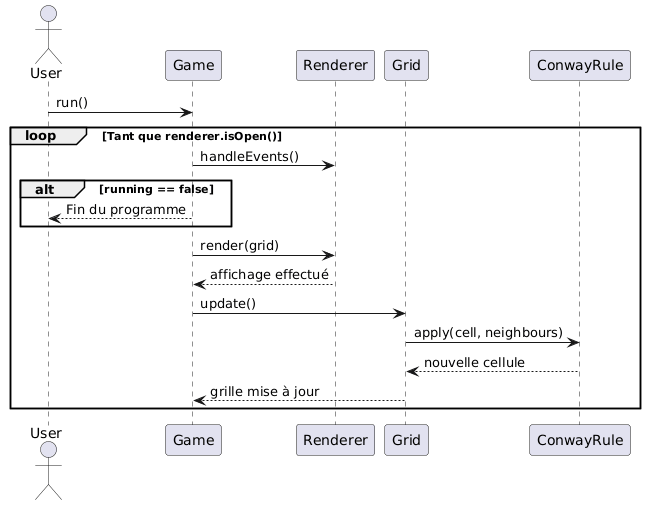
This is diagrams/dg séquence.png from swezixou/Jeux-de-la-vie-POO, a PlantUML export, as it was before one commit.
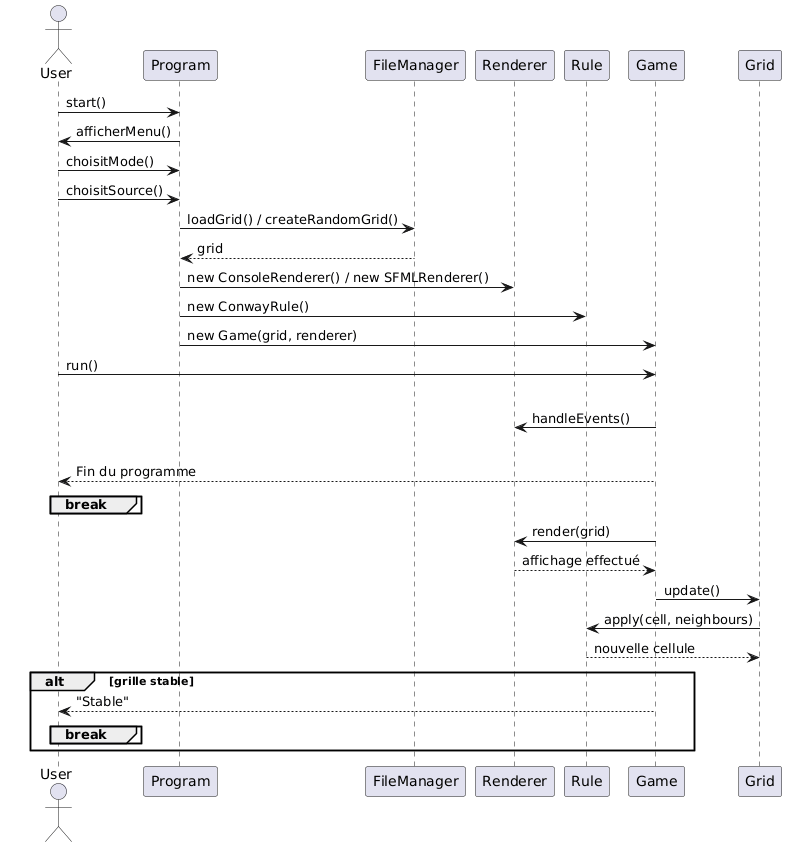
Above is the later version.

Diff of the diagram source:
```diff
@@ -1,19 +1,41 @@
 @startuml
 actor User
 
+User -> Program : start()
+Program -> User : afficherMenu()
+
+User -> Program : choisitMode()
+User -> Program : choisitSource()
+
+Program -> FileManager : loadGrid() / createRandomGrid()
+FileManager --> Program : grid
+
+Program -> Renderer : new ConsoleRenderer() / new SFMLRenderer()
+Program -> Rule : new ConwayRule()
+Program -> Game : new Game(grid, renderer)
+
 User -> Game : run()
+
 loop Tant que renderer.isOpen()
     Game -> Renderer : handleEvents()
+
     alt running == false
         Game --> User : Fin du programme
+        break
     end
 
     Game -> Renderer : render(grid)
     Renderer --> Game : affichage effectué
 
     Game -> Grid : update()
-    Grid -> ConwayRule : apply(cell, neighbours)
-    ConwayRule --> Grid : nouvelle cellule
-    Grid --> Game : grille mise à jour
+
+    Grid -> Rule : apply(cell, neighbours)
+    Rule --> Grid : nouvelle cellule
+
+    alt grille stable
+        Game --> User : "Stable"
+        break
+    end
+
 end
 @enduml
```
